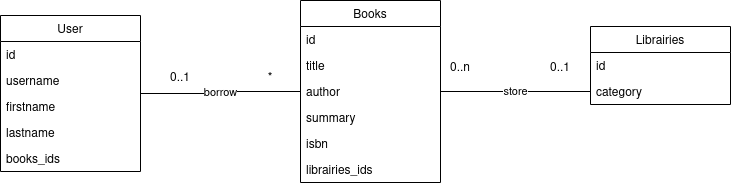
The draw.io diagram doc/books_rest_api.png in akred/books_rest_api, before a commit. Source tidied: cells renumbered, new cells last; positions are measured from the earlier drawing's top-left corner, leaving out a move shared by most shapes.
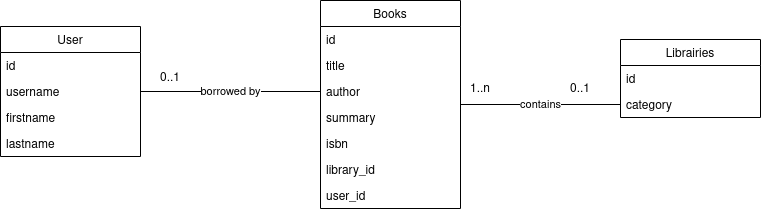
After the change.

Diff of the diagram source:
```diff
@@ -3,7 +3,7 @@
     <mxCell id="0" />
     <mxCell id="1" parent="0" />
     <mxCell id="2" value="User" style="swimlane;fontStyle=0;horizontal=1;startSize=26;fillColor=none;" parent="1" vertex="1">
-      <mxGeometry y="15" width="140" height="156" as="geometry" />
+      <mxGeometry x="-20" y="5" width="140" height="130" as="geometry" />
     </mxCell>
     <mxCell id="3" value="id" style="text;strokeColor=none;fillColor=none;align=left;verticalAlign=top;spacingLeft=4;spacingRight=4;overflow=hidden;" parent="2" vertex="1">
       <mxGeometry y="26" width="140" height="26" as="geometry" />
@@ -17,11 +17,8 @@
     <mxCell id="6" value="lastname" style="text;strokeColor=none;fillColor=none;align=left;verticalAlign=top;spacingLeft=4;spacingRight=4;overflow=hidden;" parent="2" vertex="1">
       <mxGeometry y="104" width="140" height="26" as="geometry" />
     </mxCell>
-    <mxCell id="7" value="books_ids" style="text;strokeColor=none;fillColor=none;align=left;verticalAlign=top;spacingLeft=4;spacingRight=4;overflow=hidden;" parent="2" vertex="1">
-      <mxGeometry y="130" width="140" height="26" as="geometry" />
-    </mxCell>
     <mxCell id="8" value="Books" style="swimlane;fontStyle=0;horizontal=1;startSize=26;fillColor=none;" parent="1" vertex="1">
-      <mxGeometry x="300" width="140" height="182" as="geometry" />
+      <mxGeometry x="300" y="-21" width="140" height="208" as="geometry" />
     </mxCell>
     <mxCell id="9" value="id" style="text;strokeColor=none;fillColor=none;align=left;verticalAlign=top;spacingLeft=4;spacingRight=4;overflow=hidden;" parent="8" vertex="1">
       <mxGeometry y="26" width="140" height="26" as="geometry" />
@@ -38,11 +35,14 @@
     <mxCell id="13" value="isbn" style="text;strokeColor=none;fillColor=none;align=left;verticalAlign=top;spacingLeft=4;spacingRight=4;overflow=hidden;" parent="8" vertex="1">
       <mxGeometry y="130" width="140" height="26" as="geometry" />
     </mxCell>
-    <mxCell id="14" value="librairies_ids" style="text;strokeColor=none;fillColor=none;align=left;verticalAlign=top;spacingLeft=4;spacingRight=4;overflow=hidden;" parent="8" vertex="1">
+    <mxCell id="14" value="library_id" style="text;strokeColor=none;fillColor=none;align=left;verticalAlign=top;spacingLeft=4;spacingRight=4;overflow=hidden;" parent="8" vertex="1">
       <mxGeometry y="156" width="140" height="26" as="geometry" />
     </mxCell>
+    <mxCell id="25" value="user_id" style="text;strokeColor=none;fillColor=none;align=left;verticalAlign=top;spacingLeft=4;spacingRight=4;overflow=hidden;" parent="8" vertex="1">
+      <mxGeometry y="182" width="140" height="26" as="geometry" />
+    </mxCell>
     <mxCell id="15" value="Librairies" style="swimlane;fontStyle=0;horizontal=1;startSize=26;fillColor=none;" parent="1" vertex="1">
-      <mxGeometry x="590" y="26" width="140" height="78" as="geometry" />
+      <mxGeometry x="600" y="18" width="140" height="78" as="geometry" />
     </mxCell>
     <mxCell id="16" value="id" style="text;strokeColor=none;fillColor=none;align=left;verticalAlign=top;spacingLeft=4;spacingRight=4;overflow=hidden;" parent="15" vertex="1">
       <mxGeometry y="26" width="140" height="26" as="geometry" />
@@ -50,26 +50,20 @@
     <mxCell id="17" value="category" style="text;strokeColor=none;fillColor=none;align=left;verticalAlign=top;spacingLeft=4;spacingRight=4;overflow=hidden;points=[[0,0.5],[1,0.5]];portConstraint=eastwest;" parent="15" vertex="1">
       <mxGeometry y="52" width="140" height="26" as="geometry" />
     </mxCell>
-    <mxCell id="18" style="group;" parent="1" vertex="1">
-      <mxGeometry x="160" y="68" width="150" height="20" as="geometry" />
-    </mxCell>
-    <mxCell id="19" value="0..1" style="text;html=1;strokeColor=none;fillColor=none;align=center;verticalAlign=middle;whiteSpace=wrap;rounded=0;" parent="18" vertex="1">
-      <mxGeometry width="40" height="20" as="geometry" />
-    </mxCell>
-    <mxCell id="20" value="*" style="text;html=1;strokeColor=none;fillColor=none;align=center;verticalAlign=middle;whiteSpace=wrap;rounded=0;" parent="18" vertex="1">
-      <mxGeometry x="90" width="40" height="20" as="geometry" />
-    </mxCell>
-    <mxCell id="21" value="borrow" style="edgeStyle=orthogonalEdgeStyle;rounded=0;jettySize=auto;html=1;entryX=0;entryY=0.5;entryDx=0;entryDy=0;endArrow=none;endFill=0;strokeColor=#000000;" parent="1" edge="1" source="2" target="11">
+    <mxCell id="21" value="borrowed by" style="edgeStyle=orthogonalEdgeStyle;rounded=0;jettySize=auto;html=1;entryX=0;entryY=0.5;entryDx=0;entryDy=0;endArrow=none;endFill=0;strokeColor=#000000;" parent="1" edge="1" source="2" target="11">
       <mxGeometry relative="1" as="geometry" />
     </mxCell>
-    <mxCell id="22" value="0..n" style="text;html=1;strokeColor=none;fillColor=none;align=center;verticalAlign=middle;whiteSpace=wrap;rounded=0;" parent="1" vertex="1">
+    <mxCell id="22" value="1..n" style="text;html=1;strokeColor=none;fillColor=none;align=center;verticalAlign=middle;whiteSpace=wrap;rounded=0;" parent="1" vertex="1">
       <mxGeometry x="440" y="58" width="40" height="20" as="geometry" />
     </mxCell>
     <mxCell id="23" value="0..1" style="text;html=1;strokeColor=none;fillColor=none;align=center;verticalAlign=middle;whiteSpace=wrap;rounded=0;" parent="1" vertex="1">
       <mxGeometry x="540" y="58" width="40" height="20" as="geometry" />
     </mxCell>
-    <mxCell id="24" value="store" style="edgeStyle=orthogonalEdgeStyle;rounded=0;jettySize=auto;html=1;entryX=0;entryY=0.5;entryDx=0;entryDy=0;endArrow=none;endFill=0;strokeColor=#000000;" parent="1" edge="1" source="8" target="17">
+    <mxCell id="24" value="contains" style="edgeStyle=orthogonalEdgeStyle;rounded=0;jettySize=auto;html=1;entryX=0;entryY=0.5;entryDx=0;entryDy=0;endArrow=none;endFill=0;strokeColor=#000000;" parent="1" edge="1" source="8" target="17">
       <mxGeometry x="540" y="370" as="geometry" />
     </mxCell>
+    <mxCell id="19" value="0..1" style="text;html=1;strokeColor=none;fillColor=none;align=center;verticalAlign=middle;whiteSpace=wrap;rounded=0;" parent="1" vertex="1">
+      <mxGeometry x="130" y="47" width="40" height="20" as="geometry" />
+    </mxCell>
   </root>
 </mxGraphModel>
```
